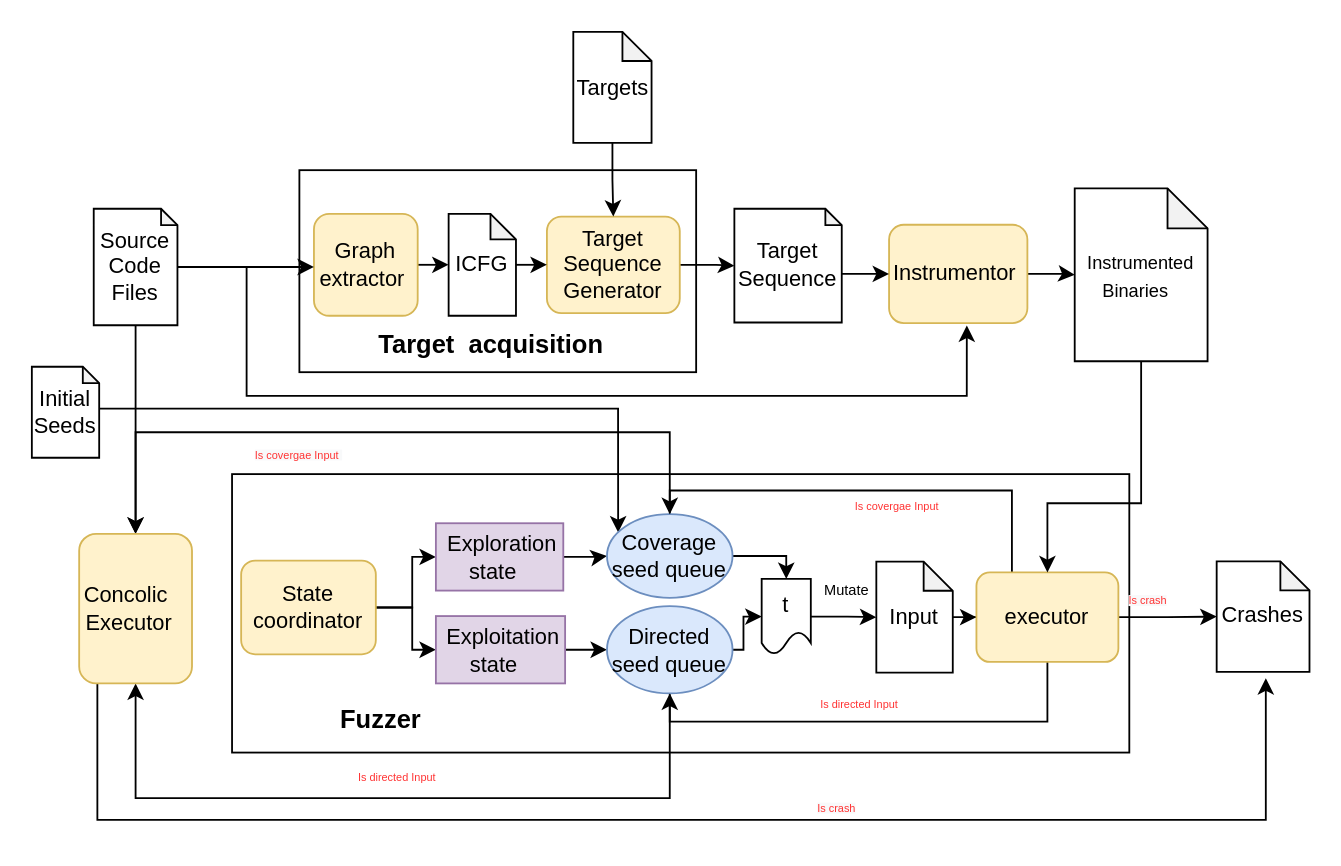
This is Untitled Diagram.drawio from cxlzff/cxlmall, a draw.io file, before an edit. Source tidied: cells renumbered, new cells numbered last; positions are measured from the earlier drawing's top-left corner, leaving out a move shared by most shapes. Both pictures are drawn from the tidied source at 182%, with x=0, y=0 at pixel (31, 31).
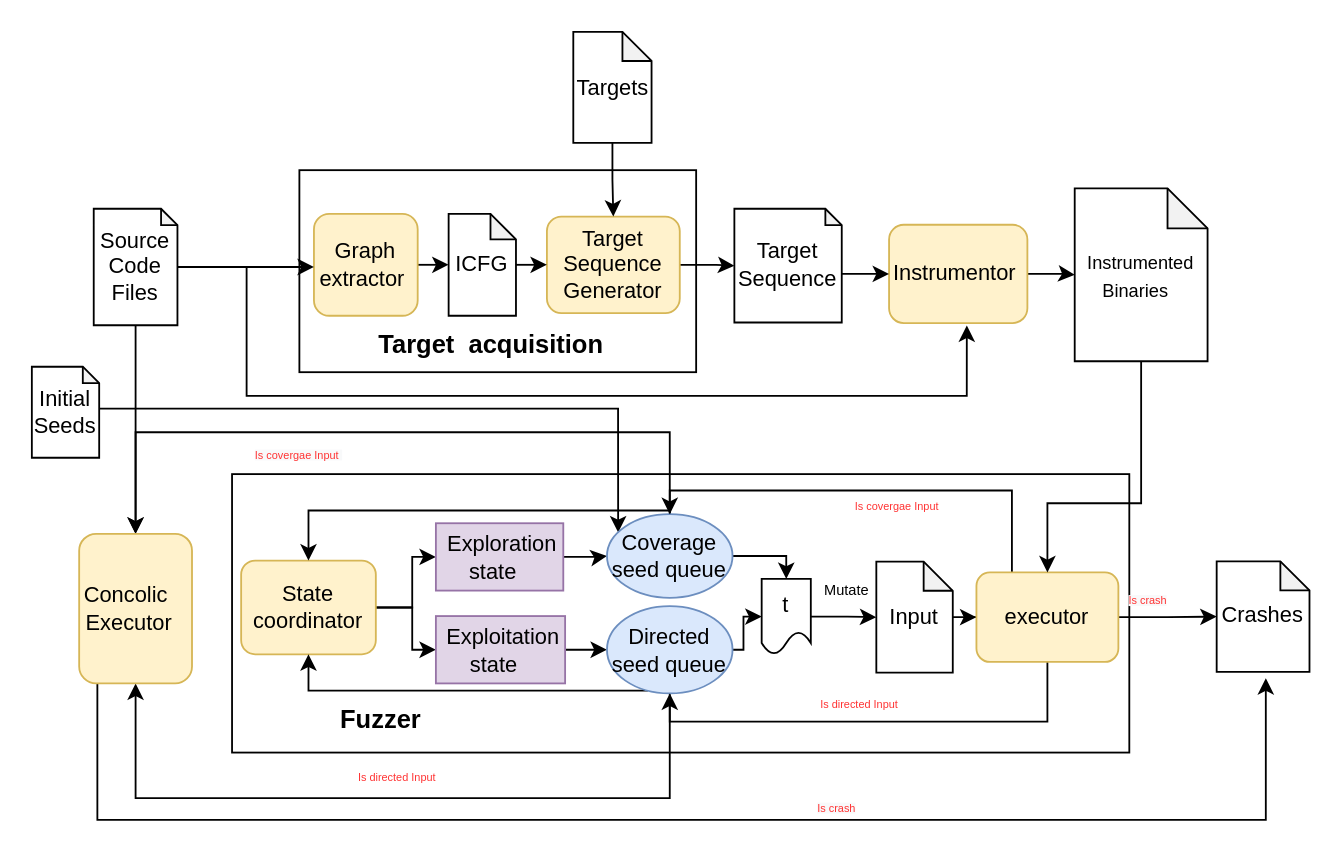
Above is the later version.

The change refers to these unchanged cells:
```xml
<mxCell id="26" value="State&lt;br&gt;coordinator" style="rounded=1;whiteSpace=wrap;html=1;fillColor=#fff2cc;strokeColor=#d6b656;" parent="1" vertex="1">
  <mxGeometry x="115" y="290.5" width="74" height="51.5" as="geometry" />
</mxCell>
<mxCell id="33" value="&lt;font style=&quot;font-size: 12px&quot;&gt;Coverage&lt;br&gt;seed queue&lt;/font&gt;" style="ellipse;whiteSpace=wrap;html=1;fillColor=#dae8fc;strokeColor=#6c8ebf;" parent="1" vertex="1">
  <mxGeometry x="316" y="265" width="69" height="46" as="geometry" />
</mxCell>
<mxCell id="36" value="&lt;font style=&quot;font-size: 12px&quot;&gt;Directed seed queue&lt;/font&gt;" style="ellipse;whiteSpace=wrap;html=1;fillColor=#dae8fc;strokeColor=#6c8ebf;" parent="1" vertex="1">
  <mxGeometry x="316" y="315.5" width="69" height="48" as="geometry" />
</mxCell>
```

The edit, as a diff of the source:
```diff
@@
+    <mxCell id="57" style="edgeStyle=orthogonalEdgeStyle;rounded=0;jettySize=auto;html=1;entryX=0.5;entryY=0;entryDx=0;entryDy=0;" parent="1" edge="1" source="33" target="26">
+      <mxGeometry relative="1" as="geometry">
+        <Array as="points">
+          <mxPoint x="350" y="263" />
+          <mxPoint x="152" y="263" />
+        </Array>
+      </mxGeometry>
+    </mxCell>
@@
+    <mxCell id="58" style="edgeStyle=orthogonalEdgeStyle;rounded=0;jettySize=auto;html=1;entryX=0.5;entryY=1;entryDx=0;entryDy=0;" parent="1" edge="1" source="36" target="26">
+      <mxGeometry relative="1" as="geometry">
+        <Array as="points">
+          <mxPoint x="152" y="362" />
+        </Array>
+      </mxGeometry>
+    </mxCell>
```
